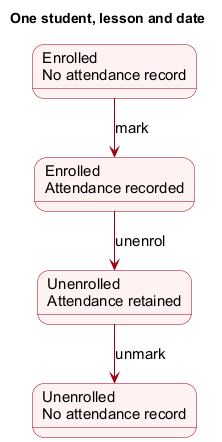
The PlantUML diagram docs/images/DomainAttendanceHistory.png in AY2627S1-CS2103T-F13-3/tp, before a commit. Its diagram source:
```plantuml
@startuml
skinparam defaultFontName Arial
skinparam defaultFontSize 15
skinparam shadowing false
skinparam classAttributeIconSize 0
skinparam classBackgroundColor #FFF2F3
skinparam classBorderColor #9D0012
skinparam classArrowColor #9D0012
skinparam noteBackgroundColor #FFFBE6
skinparam noteBorderColor #777777
skinparam nodesep 35
skinparam ranksep 40

title One student, lesson and date
skinparam stateBackgroundColor #FFF2F3
skinparam stateBorderColor #9D0012
state "Enrolled\nNo attendance record" as A
state "Enrolled\nAttendance recorded" as B
state "Unenrolled\nAttendance retained" as C
state "Unenrolled\nNo attendance record" as D
A -down-> B : mark
B -down-> C : unenrol
C -down-> D : unmark
@enduml
```
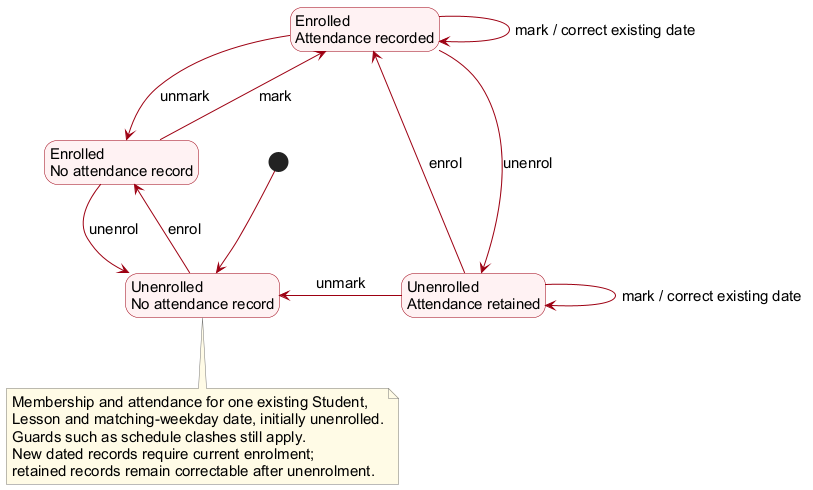
Later version of the same file.

Change to the diagram source:
```diff
@@ -8,17 +8,31 @@
 skinparam classArrowColor #9D0012
 skinparam noteBackgroundColor #FFFBE6
 skinparam noteBorderColor #777777
-skinparam nodesep 35
-skinparam ranksep 40
+skinparam nodesep 70
+skinparam ranksep 70
 
-title One student, lesson and date
 skinparam stateBackgroundColor #FFF2F3
 skinparam stateBorderColor #9D0012
+hide empty description
 state "Enrolled\nNo attendance record" as A
 state "Enrolled\nAttendance recorded" as B
 state "Unenrolled\nAttendance retained" as C
 state "Unenrolled\nNo attendance record" as D
-A -down-> B : mark
+[*] --> D
+D -up-> A : enrol
+A -down-> D : unenrol
+A --> B : mark
+B --> A : unmark
 B -down-> C : unenrol
-C -down-> D : unmark
+C -up-> B : enrol
+C -left-> D : unmark
+B --> B : mark / correct existing date
+C --> C : mark / correct existing date
+note bottom of D
+  Membership and attendance for one existing Student,
+  Lesson and matching-weekday date, initially unenrolled.
+  Guards such as schedule clashes still apply.
+  New dated records require current enrolment;
+  retained records remain correctable after unenrolment.
+end note
 @enduml
```
